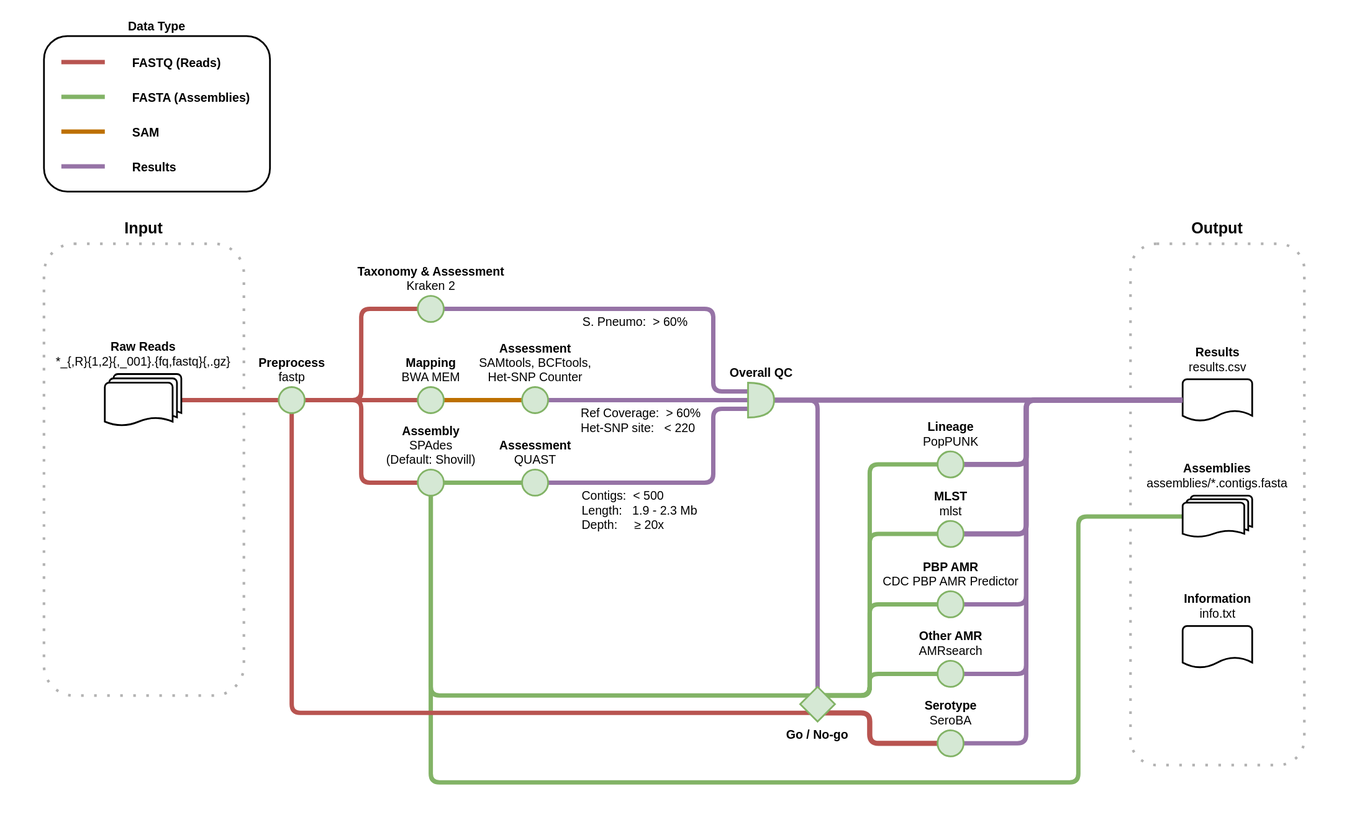
Earlier version of the draw.io export doc/workflow.drawio.svg (sanger-bentley-group/gps-pipeline). Source tidied: cells renumbered, new cells last; positions are measured from the earlier drawing's top-left corner, leaving out a move shared by most shapes.
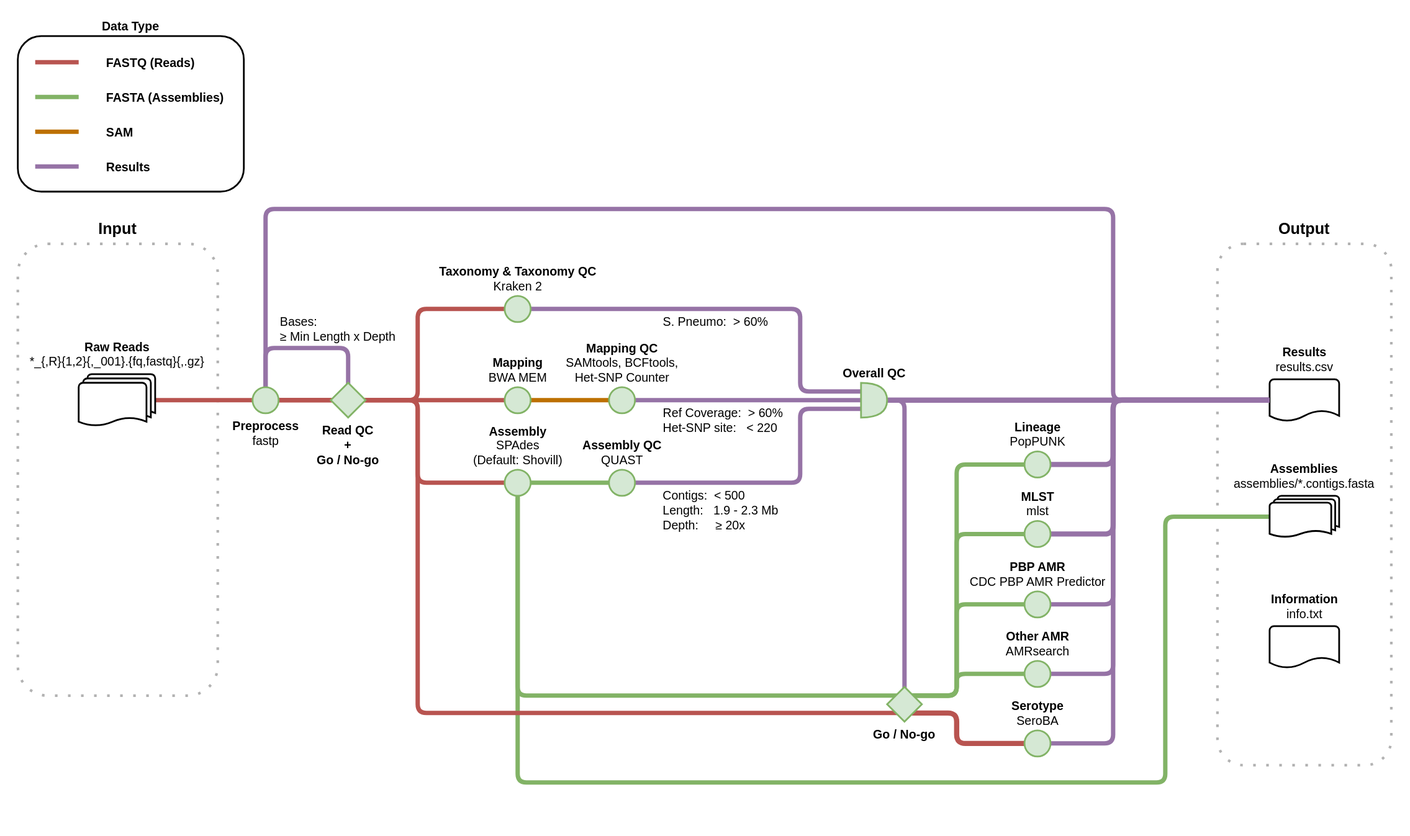
Above is the later version.

Commit message:
Include Read QC

What changed in the source:
```diff
@@ -3,36 +3,46 @@
     <mxCell id="0" />
     <mxCell id="1" parent="0" />
     <mxCell id="2" style="rounded=0;whiteSpace=wrap;html=1;strokeColor=none;fillColor=default;fontColor=default;" parent="1" vertex="1">
-      <mxGeometry width="1560" height="960" as="geometry" />
+      <mxGeometry x="-100" width="1620" height="960" as="geometry" />
     </mxCell>
     <mxCell id="3" value="Output" style="rounded=1;strokeColor=#000000;fillColor=none;dashed=1;strokeWidth=3;fontStyle=1;labelPosition=center;verticalLabelPosition=top;align=center;verticalAlign=bottom;fontSize=18;spacing=8;dashPattern=1 4;opacity=30;" parent="1" vertex="1">
       <mxGeometry x="1300" y="280" width="200" height="600" as="geometry" />
     </mxCell>
     <mxCell id="4" value="Input" style="rounded=1;strokeColor=#000000;fillColor=none;dashed=1;strokeWidth=3;fontStyle=1;labelPosition=center;verticalLabelPosition=top;align=center;verticalAlign=bottom;fontSize=18;spacing=8;dashPattern=1 4;opacity=30;" parent="1" vertex="1">
-      <mxGeometry x="50" y="280" width="230" height="520" as="geometry" />
+      <mxGeometry x="-80" y="280" width="230" height="520" as="geometry" />
     </mxCell>
     <mxCell id="5" value="Data Type" style="rounded=1;whiteSpace=wrap;html=1;strokeWidth=2;fillColor=none;fontStyle=1;labelPosition=center;verticalLabelPosition=top;align=center;verticalAlign=bottom;spacing=2;fontSize=14;" parent="1" vertex="1">
-      <mxGeometry x="50" y="41" width="260" height="179" as="geometry" />
+      <mxGeometry x="-80" y="41" width="260" height="179" as="geometry" />
     </mxCell>
     <mxCell id="6" style="edgeStyle=orthogonalEdgeStyle;rounded=1;jettySize=auto;html=1;entryX=0;entryY=0.5;entryDx=0;entryDy=0;endArrow=none;endFill=0;strokeWidth=5;fillColor=#f8cecc;strokeColor=#b85450;" parent="1" edge="1" source="7" target="47">
       <mxGeometry relative="1" as="geometry" />
     </mxCell>
     <mxCell id="7" value="&lt;b style=&quot;font-size: 14px&quot;&gt;Raw Reads&lt;/b&gt;&lt;br style=&quot;font-size: 14px&quot;&gt;&lt;span class=&quot;pl-s&quot; style=&quot;font-size: 14px&quot;&gt;*_{,R}{1,2}{,_001}.{fq,fastq}{,.gz}&lt;/span&gt;" style="strokeWidth=2;html=1;shape=mxgraph.flowchart.multi-document;align=center;labelPosition=center;verticalLabelPosition=top;verticalAlign=bottom;rounded=1;spacing=5;fontSize=14;" parent="1" vertex="1">
-      <mxGeometry x="120" y="430" width="88" height="60" as="geometry" />
+      <mxGeometry x="-10" y="430" width="88" height="60" as="geometry" />
     </mxCell>
     <mxCell id="8" style="edgeStyle=orthogonalEdgeStyle;jettySize=auto;html=1;entryX=0;entryY=0.5;entryDx=0;entryDy=0;strokeWidth=5;startArrow=none;startFill=0;endArrow=none;endFill=0;fillColor=#f8cecc;strokeColor=#b85450;rounded=1;" parent="1" edge="1" source="47" target="42">
-      <mxGeometry relative="1" as="geometry" />
+      <mxGeometry relative="1" as="geometry">
+        <Array as="points">
+          <mxPoint x="380" y="460" />
+          <mxPoint x="380" y="555" />
+        </Array>
+      </mxGeometry>
     </mxCell>
     <mxCell id="9" style="edgeStyle=orthogonalEdgeStyle;rounded=1;jettySize=auto;html=1;strokeWidth=5;startArrow=none;startFill=0;endArrow=none;endFill=0;fillColor=#f8cecc;strokeColor=#b85450;" parent="1" edge="1" source="47" target="43">
       <mxGeometry relative="1" as="geometry" />
     </mxCell>
     <mxCell id="10" style="edgeStyle=orthogonalEdgeStyle;rounded=1;jettySize=auto;html=1;entryX=0;entryY=0.5;entryDx=0;entryDy=0;strokeWidth=5;startArrow=none;startFill=0;endArrow=none;endFill=0;fillColor=#f8cecc;strokeColor=#b85450;" parent="1" edge="1" source="47" target="44">
-      <mxGeometry relative="1" as="geometry" />
+      <mxGeometry relative="1" as="geometry">
+        <Array as="points">
+          <mxPoint x="380" y="460" />
+          <mxPoint x="380" y="355" />
+        </Array>
+      </mxGeometry>
     </mxCell>
     <mxCell id="11" style="endArrow=none;html=1;rounded=1;strokeWidth=5;fillColor=#f8cecc;strokeColor=#b85450;" parent="1" edge="1">
       <mxGeometry relative="1" as="geometry">
-        <mxPoint x="70" y="71" as="sourcePoint" />
-        <mxPoint x="120" y="71" as="targetPoint" />
+        <mxPoint x="-60" y="71" as="sourcePoint" />
+        <mxPoint x="-10" y="71" as="targetPoint" />
       </mxGeometry>
     </mxCell>
     <mxCell id="12" value="FASTQ (Reads)" style="edgeLabel;html=1;align=left;verticalAlign=middle;fontStyle=1;labelBackgroundColor=none;rounded=1;fontSize=14;" parent="11" vertex="1">
@@ -63,7 +73,11 @@
       <mxGeometry relative="1" as="geometry" />
     </mxCell>
     <mxCell id="17" style="edgeStyle=orthogonalEdgeStyle;rounded=1;jettySize=auto;html=1;entryX=0.5;entryY=0.15;entryDx=0;entryDy=0;entryPerimeter=0;strokeWidth=5;endArrow=none;endFill=0;fillColor=#e1d5e7;strokeColor=#9673a6;" parent="1" edge="1" source="52" target="49">
-      <mxGeometry relative="1" as="geometry" />
+      <mxGeometry relative="1" as="geometry">
+        <Array as="points">
+          <mxPoint x="940" y="460" />
+        </Array>
+      </mxGeometry>
     </mxCell>
     <mxCell id="18" style="edgeStyle=orthogonalEdgeStyle;html=1;entryX=0;entryY=0.5;entryDx=0;entryDy=0;entryPerimeter=0;endArrow=none;endFill=0;strokeWidth=6;fillColor=#e1d5e7;strokeColor=#9673a6;" parent="1" edge="1" source="52" target="39">
       <mxGeometry relative="1" as="geometry" />
@@ -78,7 +92,7 @@
     </mxCell>
     <mxCell id="20" value="S. Pneumo:  &gt; 60%" style="edgeLabel;align=left;verticalAlign=top;labelBackgroundColor=none;rounded=1;fontSize=14;" parent="19" vertex="1">
       <mxGeometry x="-0.06" y="-2" relative="1" as="geometry">
-        <mxPoint x="-50" y="-2" as="offset" />
+        <mxPoint x="-72" y="-2" as="offset" />
       </mxGeometry>
     </mxCell>
     <mxCell id="21" style="edgeStyle=orthogonalEdgeStyle;rounded=1;jettySize=auto;html=1;entryX=0;entryY=0.75;entryDx=0;entryDy=0;entryPerimeter=0;strokeWidth=5;startArrow=none;startFill=0;endArrow=none;endFill=0;startSize=20;fillColor=#e1d5e7;strokeColor=#9673a6;" parent="1" edge="1" source="45" target="52">
@@ -91,13 +105,13 @@
     </mxCell>
     <mxCell id="22" value="Contigs:  &lt; 500&#10;Length:   1.9 - 2.3 Mb&#10;Depth:     ≥ 20x" style="edgeLabel;align=left;verticalAlign=top;labelBackgroundColor=none;rounded=1;fontSize=14;" parent="21" vertex="1">
       <mxGeometry x="-0.15" y="-1" relative="1" as="geometry">
-        <mxPoint x="-97" y="-1" as="offset" />
+        <mxPoint x="-116" y="-1" as="offset" />
       </mxGeometry>
     </mxCell>
     <mxCell id="23" style="endArrow=none;html=1;rounded=1;strokeWidth=5;fillColor=#d5e8d4;strokeColor=#82b366;" parent="1" edge="1">
       <mxGeometry relative="1" as="geometry">
-        <mxPoint x="70" y="111" as="sourcePoint" />
-        <mxPoint x="120" y="111" as="targetPoint" />
+        <mxPoint x="-60" y="111" as="sourcePoint" />
+        <mxPoint x="-10" y="111" as="targetPoint" />
       </mxGeometry>
     </mxCell>
     <mxCell id="24" value="FASTA (Assemblies)" style="edgeLabel;html=1;align=left;verticalAlign=middle;fontStyle=1;labelBackgroundColor=none;rounded=1;fontSize=14;" parent="23" vertex="1">
@@ -107,8 +121,8 @@
     </mxCell>
     <mxCell id="25" style="endArrow=none;html=1;rounded=1;strokeWidth=5;fillColor=#f0a30a;strokeColor=#BD7000;" parent="1" edge="1">
       <mxGeometry relative="1" as="geometry">
-        <mxPoint x="70" y="151" as="sourcePoint" />
-        <mxPoint x="120" y="151" as="targetPoint" />
+        <mxPoint x="-60" y="151" as="sourcePoint" />
+        <mxPoint x="-10" y="151" as="targetPoint" />
       </mxGeometry>
     </mxCell>
     <mxCell id="26" value="SAM" style="edgeLabel;html=1;align=left;verticalAlign=middle;fontStyle=1;labelBackgroundColor=none;rounded=1;fontSize=14;" parent="25" vertex="1">
@@ -126,13 +140,13 @@
     </mxCell>
     <mxCell id="28" value="Ref Coverage:  &gt; 60%&#10;Het-SNP site:   &lt; 220" style="edgeLabel;align=left;verticalAlign=top;labelBackgroundColor=none;rounded=1;fontSize=14;" parent="27" vertex="1">
       <mxGeometry x="-0.18" y="-3" relative="1" as="geometry">
-        <mxPoint x="-59" y="-3" as="offset" />
+        <mxPoint x="-77" y="-3" as="offset" />
       </mxGeometry>
     </mxCell>
     <mxCell id="29" style="endArrow=none;html=1;rounded=1;strokeWidth=5;fillColor=#e1d5e7;strokeColor=#9673a6;" parent="1" edge="1">
       <mxGeometry relative="1" as="geometry">
-        <mxPoint x="70" y="191" as="sourcePoint" />
-        <mxPoint x="120" y="191" as="targetPoint" />
+        <mxPoint x="-60" y="191" as="sourcePoint" />
+        <mxPoint x="-10" y="191" as="targetPoint" />
       </mxGeometry>
     </mxCell>
     <mxCell id="30" value="Results" style="edgeLabel;html=1;align=left;verticalAlign=middle;fontStyle=1;labelBackgroundColor=none;rounded=1;fontSize=14;" parent="29" vertex="1">
@@ -148,10 +162,11 @@
         </Array>
       </mxGeometry>
     </mxCell>
-    <mxCell id="32" style="edgeStyle=orthogonalEdgeStyle;rounded=1;jettySize=auto;html=1;entryX=0.5;entryY=0.75;entryDx=0;entryDy=0;strokeWidth=5;endArrow=none;endFill=0;fillColor=#f8cecc;strokeColor=#b85450;entryPerimeter=0;" parent="1" edge="1" source="47" target="49">
+    <mxCell id="32" style="edgeStyle=orthogonalEdgeStyle;rounded=1;jettySize=auto;html=1;entryX=0.5;entryY=0.75;entryDx=0;entryDy=0;strokeWidth=5;endArrow=none;endFill=0;fillColor=#f8cecc;strokeColor=#b85450;entryPerimeter=0;startArrow=none;" parent="1" edge="1" source="60" target="49">
       <mxGeometry relative="1" as="geometry">
         <Array as="points">
-          <mxPoint x="335" y="820" />
+          <mxPoint x="380" y="460" />
+          <mxPoint x="380" y="820" />
         </Array>
       </mxGeometry>
     </mxCell>
@@ -223,17 +238,35 @@
     <mxCell id="43" value="&lt;b style=&quot;font-size: 14px&quot;&gt;Mapping&lt;/b&gt;&lt;br style=&quot;font-size: 14px&quot;&gt;BWA MEM" style="ellipse;html=1;strokeWidth=2;labelPosition=center;verticalLabelPosition=top;align=center;verticalAlign=bottom;fillColor=#d5e8d4;strokeColor=#82b366;rounded=1;fontSize=14;" parent="1" vertex="1">
       <mxGeometry x="480" y="445" width="30" height="30" as="geometry" />
     </mxCell>
-    <mxCell id="44" value="&lt;div style=&quot;font-size: 14px&quot;&gt;&lt;b style=&quot;font-size: 14px&quot;&gt;Taxonomy &amp;amp; Assessment&lt;/b&gt;&lt;/div&gt;&lt;div style=&quot;font-size: 14px&quot;&gt;Kraken 2&lt;/div&gt;" style="ellipse;html=1;strokeWidth=2;labelPosition=center;verticalLabelPosition=top;align=center;verticalAlign=bottom;fillColor=#d5e8d4;strokeColor=#82b366;rounded=1;fontSize=14;" parent="1" vertex="1">
+    <mxCell id="44" value="&lt;div style=&quot;font-size: 14px&quot;&gt;&lt;b style=&quot;font-size: 14px&quot;&gt;Taxonomy &amp;amp; Taxonomy QC&lt;/b&gt;&lt;/div&gt;&lt;div style=&quot;font-size: 14px&quot;&gt;Kraken 2&lt;/div&gt;" style="ellipse;html=1;strokeWidth=2;labelPosition=center;verticalLabelPosition=top;align=center;verticalAlign=bottom;fillColor=#d5e8d4;strokeColor=#82b366;rounded=1;fontSize=14;" parent="1" vertex="1">
       <mxGeometry x="480" y="340" width="30" height="30" as="geometry" />
     </mxCell>
-    <mxCell id="45" value="&lt;b style=&quot;font-size: 14px;&quot;&gt;Assessment&lt;/b&gt;&lt;br style=&quot;font-size: 14px;&quot;&gt;QUAST" style="ellipse;html=1;strokeWidth=2;labelPosition=center;verticalLabelPosition=top;align=center;verticalAlign=bottom;fillColor=#d5e8d4;strokeColor=#82b366;rounded=1;fontSize=14;" parent="1" vertex="1">
+    <mxCell id="45" value="&lt;b style=&quot;border-color: var(--border-color);&quot;&gt;Assembly QC&lt;/b&gt;&lt;br style=&quot;font-size: 14px;&quot;&gt;QUAST" style="ellipse;html=1;strokeWidth=2;labelPosition=center;verticalLabelPosition=top;align=center;verticalAlign=bottom;fillColor=#d5e8d4;strokeColor=#82b366;rounded=1;fontSize=14;" parent="1" vertex="1">
       <mxGeometry x="600" y="540" width="30" height="30" as="geometry" />
     </mxCell>
-    <mxCell id="46" value="&lt;b style=&quot;font-size: 14px&quot;&gt;Assessment&lt;br style=&quot;font-size: 14px&quot;&gt;&lt;/b&gt;SAMtools, BCFtools,&lt;br&gt;Het-SNP Counter" style="ellipse;html=1;strokeWidth=2;labelPosition=center;verticalLabelPosition=top;align=center;verticalAlign=bottom;fillColor=#d5e8d4;strokeColor=#82b366;rounded=1;fontSize=14;" parent="1" vertex="1">
+    <mxCell id="46" value="&lt;b style=&quot;border-color: var(--border-color);&quot;&gt;Mapping QC&lt;/b&gt;&lt;b style=&quot;font-size: 14px&quot;&gt;&lt;br style=&quot;font-size: 14px&quot;&gt;&lt;/b&gt;SAMtools, BCFtools,&lt;br&gt;Het-SNP Counter" style="ellipse;html=1;strokeWidth=2;labelPosition=center;verticalLabelPosition=top;align=center;verticalAlign=bottom;fillColor=#d5e8d4;strokeColor=#82b366;rounded=1;fontSize=14;" parent="1" vertex="1">
       <mxGeometry x="600" y="445" width="30" height="30" as="geometry" />
     </mxCell>
+    <mxCell id="58" style="edgeStyle=orthogonalEdgeStyle;html=1;entryX=0.5;entryY=0.5;entryDx=0;entryDy=0;entryPerimeter=0;exitX=0.5;exitY=0.5;exitDx=0;exitDy=0;strokeWidth=5;fillColor=#e1d5e7;strokeColor=#9673a6;endArrow=none;endFill=0;exitPerimeter=0;rounded=1;" parent="1" edge="1" source="47" target="60">
+      <mxGeometry relative="1" as="geometry">
+        <Array as="points">
+          <mxPoint x="205" y="400" />
+          <mxPoint x="300" y="400" />
+        </Array>
+      </mxGeometry>
+    </mxCell>
+    <mxCell id="59" style="edgeStyle=orthogonalEdgeStyle;html=1;strokeWidth=5;endArrow=none;endFill=0;rounded=1;fillColor=#e1d5e7;strokeColor=#9673a6;" parent="1" edge="1" source="47">
+      <mxGeometry relative="1" as="geometry">
+        <mxPoint x="1220" y="460" as="targetPoint" />
+        <Array as="points">
+          <mxPoint x="205" y="240" />
+          <mxPoint x="1180" y="240" />
+          <mxPoint x="1180" y="460" />
+        </Array>
+      </mxGeometry>
+    </mxCell>
-    <mxCell id="47" value="&lt;b style=&quot;font-size: 14px;&quot;&gt;Preprocess&lt;/b&gt;&lt;br style=&quot;font-size: 14px;&quot;&gt;fastp" style="ellipse;html=1;strokeWidth=2;labelPosition=center;verticalLabelPosition=top;align=center;verticalAlign=bottom;fillColor=#d5e8d4;strokeColor=#82b366;rounded=1;fontSize=14;" parent="1" vertex="1">
-      <mxGeometry x="320" y="445" width="30" height="30" as="geometry" />
+    <mxCell id="47" value="&lt;b style=&quot;font-size: 14px;&quot;&gt;Preprocess&lt;/b&gt;&lt;br style=&quot;font-size: 14px;&quot;&gt;fastp" style="ellipse;html=1;strokeWidth=2;labelPosition=center;verticalLabelPosition=bottom;align=center;verticalAlign=top;fillColor=#d5e8d4;strokeColor=#82b366;rounded=1;fontSize=14;" parent="1" vertex="1">
+      <mxGeometry x="190" y="445" width="30" height="30" as="geometry" />
     </mxCell>
     <mxCell id="48" style="edgeStyle=orthogonalEdgeStyle;html=1;entryX=0;entryY=0.5;entryDx=0;entryDy=0;exitX=0.5;exitY=0.248;exitDx=0;exitDy=0;exitPerimeter=0;strokeWidth=5;endArrow=none;endFill=0;fillColor=#d5e8d4;strokeColor=#82b366;" parent="1" edge="1" source="49" target="56">
       <mxGeometry relative="1" as="geometry">
@@ -253,7 +286,7 @@
       <mxGeometry x="1078" y="599" width="30" height="30" as="geometry" />
     </mxCell>
     <mxCell id="52" value="&lt;b style=&quot;font-size: 14px&quot;&gt;Overall QC&lt;/b&gt;" style="shape=or;html=1;strokeWidth=2;labelPosition=center;verticalLabelPosition=top;align=center;verticalAlign=bottom;fillColor=#d5e8d4;strokeColor=#82b366;rounded=1;fontSize=14;" parent="1" vertex="1">
-      <mxGeometry x="860" y="440" width="30" height="40" as="geometry" />
+      <mxGeometry x="890" y="440" width="30" height="40" as="geometry" />
     </mxCell>
     <mxCell id="53" value="&lt;b style=&quot;font-size: 14px&quot;&gt;Lineage&lt;/b&gt;&lt;br style=&quot;font-size: 14px&quot;&gt;PopPUNK" style="ellipse;html=1;strokeWidth=2;labelPosition=center;verticalLabelPosition=top;align=center;verticalAlign=bottom;fillColor=#d5e8d4;strokeColor=#82b366;rounded=1;fontSize=14;" parent="1" vertex="1">
       <mxGeometry x="1078" y="519" width="30" height="30" as="geometry" />
@@ -275,5 +308,11 @@
     <mxCell id="57" value="&lt;b style=&quot;font-size: 14px&quot;&gt;Information&lt;/b&gt;&lt;br style=&quot;font-size: 14px&quot;&gt;info.txt" style="strokeWidth=2;html=1;shape=mxgraph.flowchart.document2;size=0.25;labelPosition=center;verticalLabelPosition=top;align=center;verticalAlign=bottom;rounded=1;spacing=5;fontSize=14;" parent="1" vertex="1">
       <mxGeometry x="1360" y="720" width="80" height="48" as="geometry" />
     </mxCell>
+    <mxCell id="60" value="Read QC&#10;+&#10;Go / No-go" style="strokeWidth=2;shape=mxgraph.flowchart.decision;fillColor=#d5e8d4;strokeColor=#82b366;labelPosition=center;verticalLabelPosition=bottom;align=center;verticalAlign=top;fontStyle=1;rounded=1;fontSize=14;" parent="1" vertex="1">
+      <mxGeometry x="280" y="440" width="40" height="40" as="geometry" />
+    </mxCell>
+    <mxCell id="61" value="Bases:  &#10;≥ Min Length x Depth " style="edgeLabel;align=left;verticalAlign=top;labelBackgroundColor=none;rounded=1;fontSize=14;" parent="1" vertex="1">
+      <mxGeometry x="220" y="355" as="geometry" />
+    </mxCell>
   </root>
 </mxGraphModel>
```
